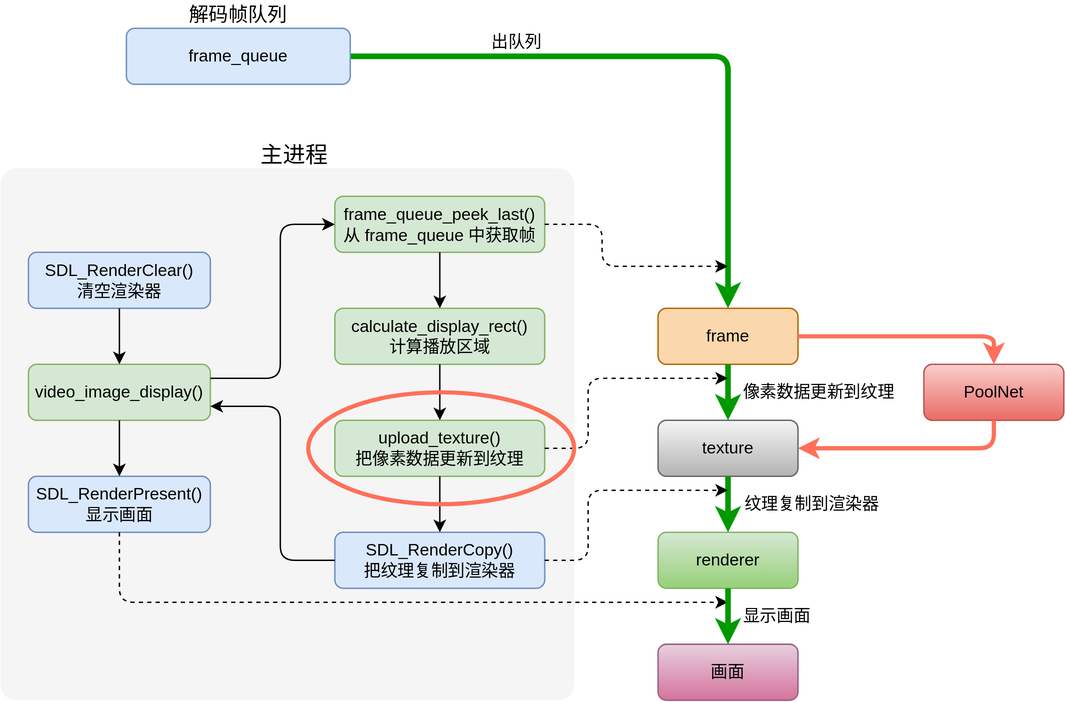
This is figures/ffplay.svg from hanjialeOK/PoolNet-in-FFmpeg, a draw.io export, as it was before one commit. Source tidied: cells renumbered, new cells last; positions are measured from the earlier drawing's top-left corner, leaving out a move shared by most shapes. Its diagram source:
```xml
<mxGraphModel>
  <root>
    <mxCell id="0" />
    <mxCell id="1" parent="0" />
    <mxCell id="2" style="rounded=1;whiteSpace=wrap;html=1;fillColor=#f5f5f5;arcSize=3;fontColor=#333333;strokeColor=none;" parent="1" vertex="1">
      <mxGeometry y="120" width="410" height="380" as="geometry" />
    </mxCell>
    <mxCell id="3" value="SDL_RenderClear()&lt;br&gt;清空渲染器" style="rounded=1;whiteSpace=wrap;html=1;fillColor=#dae8fc;strokeColor=#6c8ebf;" parent="1" vertex="1">
      <mxGeometry x="20" y="180" width="130" height="40" as="geometry" />
    </mxCell>
    <mxCell id="4" value="video_image_display()" style="rounded=1;whiteSpace=wrap;html=1;fillColor=#d5e8d4;strokeColor=#82b366;" parent="1" vertex="1">
      <mxGeometry x="20" y="260" width="130" height="40" as="geometry" />
    </mxCell>
    <mxCell id="5" value="SDL_RenderPresent()&lt;br&gt;显示画面" style="rounded=1;whiteSpace=wrap;html=1;fillColor=#dae8fc;strokeColor=#6c8ebf;" parent="1" vertex="1">
      <mxGeometry x="20" y="340" width="130" height="40" as="geometry" />
    </mxCell>
    <mxCell id="6" value="frame_queue_peek_last()&lt;br&gt;从 frame_queue 中获取帧" style="rounded=1;whiteSpace=wrap;html=1;fillColor=#d5e8d4;strokeColor=#82b366;" parent="1" vertex="1">
      <mxGeometry x="239" y="140" width="150" height="40" as="geometry" />
    </mxCell>
    <mxCell id="7" value="calculate_display_rect()&lt;br&gt;计算播放区域" style="rounded=1;whiteSpace=wrap;html=1;fillColor=#d5e8d4;strokeColor=#82b366;" parent="1" vertex="1">
      <mxGeometry x="239" y="220" width="150" height="40" as="geometry" />
    </mxCell>
    <mxCell id="8" value="upload_texture()&lt;br&gt;把像素数据更新到纹理" style="rounded=1;whiteSpace=wrap;html=1;fillColor=#d5e8d4;strokeColor=#82b366;" parent="1" vertex="1">
      <mxGeometry x="239" y="300" width="150" height="40" as="geometry" />
    </mxCell>
    <mxCell id="9" value="SDL_RenderCopy()&lt;br&gt;把纹理复制到渲染器" style="rounded=1;whiteSpace=wrap;html=1;fillColor=#dae8fc;strokeColor=#6c8ebf;" parent="1" vertex="1">
      <mxGeometry x="239" y="380" width="150" height="40" as="geometry" />
    </mxCell>
    <mxCell id="10" style="endArrow=classic;html=1;exitX=0.5;exitY=1;exitDx=0;exitDy=0;entryX=0.5;entryY=0;entryDx=0;entryDy=0;" parent="1" edge="1" source="3" target="4">
      <mxGeometry relative="1" as="geometry" />
    </mxCell>
    <mxCell id="11" style="endArrow=classic;html=1;exitX=0.5;exitY=1;exitDx=0;exitDy=0;entryX=0.5;entryY=0;entryDx=0;entryDy=0;" parent="1" edge="1" source="4" target="5">
      <mxGeometry relative="1" as="geometry" />
    </mxCell>
    <mxCell id="12" style="endArrow=classic;html=1;exitX=0.5;exitY=1;exitDx=0;exitDy=0;" parent="1" edge="1" source="6">
      <mxGeometry relative="1" as="geometry">
        <mxPoint x="314" y="220" as="targetPoint" />
      </mxGeometry>
    </mxCell>
    <mxCell id="13" style="endArrow=classic;html=1;exitX=0.5;exitY=1;exitDx=0;exitDy=0;entryX=0.5;entryY=0;entryDx=0;entryDy=0;" parent="1" edge="1" source="7" target="8">
      <mxGeometry relative="1" as="geometry" />
    </mxCell>
    <mxCell id="14" style="endArrow=classic;html=1;exitX=0.5;exitY=1;exitDx=0;exitDy=0;entryX=0.5;entryY=0;entryDx=0;entryDy=0;" parent="1" edge="1" source="8" target="9">
      <mxGeometry relative="1" as="geometry" />
    </mxCell>
    <mxCell id="15" style="endArrow=classic;html=1;exitX=1;exitY=0.25;exitDx=0;exitDy=0;entryX=0;entryY=0.5;entryDx=0;entryDy=0;" parent="1" edge="1" source="4" target="6">
      <mxGeometry relative="1" as="geometry">
        <Array as="points">
          <mxPoint x="200" y="270" />
          <mxPoint x="200" y="160" />
        </Array>
      </mxGeometry>
    </mxCell>
    <mxCell id="16" style="endArrow=classic;html=1;entryX=1;entryY=0.75;entryDx=0;entryDy=0;exitX=0;exitY=0.5;exitDx=0;exitDy=0;" parent="1" edge="1" source="9" target="4">
      <mxGeometry relative="1" as="geometry">
        <Array as="points">
          <mxPoint x="200" y="400" />
          <mxPoint x="200" y="290" />
        </Array>
      </mxGeometry>
    </mxCell>
    <mxCell id="17" value="frame" style="rounded=1;whiteSpace=wrap;html=1;fillColor=#fad7ac;strokeColor=#b46504;" parent="1" vertex="1">
      <mxGeometry x="470" y="220" width="100" height="40" as="geometry" />
    </mxCell>
    <mxCell id="18" value="texture" style="rounded=1;whiteSpace=wrap;html=1;fillColor=#f5f5f5;gradientColor=#b3b3b3;strokeColor=#666666;" parent="1" vertex="1">
      <mxGeometry x="470" y="300" width="100" height="40" as="geometry" />
    </mxCell>
    <mxCell id="19" value="renderer" style="rounded=1;whiteSpace=wrap;html=1;fillColor=#d5e8d4;strokeColor=#82b366;gradientColor=#97d077;" parent="1" vertex="1">
      <mxGeometry x="470" y="380" width="100" height="40" as="geometry" />
    </mxCell>
    <mxCell id="20" style="endArrow=classic;html=1;entryX=0.5;entryY=0;entryDx=0;entryDy=0;strokeWidth=4;strokeColor=#009900;exitX=1;exitY=0.5;exitDx=0;exitDy=0;" parent="1" edge="1" source="34" target="17">
      <mxGeometry relative="1" as="geometry">
        <Array as="points">
          <mxPoint x="405" y="40" />
          <mxPoint x="520" y="40" />
        </Array>
      </mxGeometry>
    </mxCell>
    <mxCell id="21" style="endArrow=classic;html=1;exitX=0.5;exitY=1;exitDx=0;exitDy=0;entryX=0.5;entryY=0;entryDx=0;entryDy=0;strokeWidth=4;strokeColor=#009900;" parent="1" edge="1" source="17" target="18">
      <mxGeometry relative="1" as="geometry" />
    </mxCell>
    <mxCell id="22" style="endArrow=classic;html=1;exitX=0.5;exitY=1;exitDx=0;exitDy=0;entryX=0.5;entryY=0;entryDx=0;entryDy=0;strokeWidth=4;strokeColor=#009900;" parent="1" edge="1" source="18" target="19">
      <mxGeometry relative="1" as="geometry" />
    </mxCell>
    <mxCell id="23" style="endArrow=classic;html=1;exitX=1;exitY=0.5;exitDx=0;exitDy=0;shadow=0;sketch=0;dashed=1;" parent="1" edge="1" source="6">
      <mxGeometry relative="1" as="geometry">
        <mxPoint x="520" y="190" as="targetPoint" />
        <Array as="points">
          <mxPoint x="430" y="160" />
          <mxPoint x="430" y="190" />
        </Array>
      </mxGeometry>
    </mxCell>
    <mxCell id="24" style="endArrow=classic;html=1;shadow=0;dashed=1;strokeColor=#000000;exitX=1;exitY=0.5;exitDx=0;exitDy=0;" parent="1" edge="1" source="8">
      <mxGeometry relative="1" as="geometry">
        <mxPoint x="520" y="270" as="targetPoint" />
        <Array as="points">
          <mxPoint x="420" y="320" />
          <mxPoint x="420" y="270" />
        </Array>
      </mxGeometry>
    </mxCell>
    <mxCell id="25" style="endArrow=classic;html=1;shadow=0;dashed=1;strokeColor=#000000;exitX=1;exitY=0.5;exitDx=0;exitDy=0;" parent="1" edge="1" source="9">
      <mxGeometry relative="1" as="geometry">
        <mxPoint x="520" y="350" as="targetPoint" />
        <Array as="points">
          <mxPoint x="420" y="400" />
          <mxPoint x="420" y="350" />
        </Array>
      </mxGeometry>
    </mxCell>
    <mxCell id="26" value="主进程" style="text;html=1;strokeColor=none;fillColor=none;align=center;verticalAlign=middle;whiteSpace=wrap;rounded=0;fontSize=16;" parent="1" vertex="1">
      <mxGeometry x="160" y="100" width="100" height="20" as="geometry" />
    </mxCell>
    <mxCell id="27" value="出队列" style="text;html=1;strokeColor=none;fillColor=none;align=center;verticalAlign=middle;whiteSpace=wrap;rounded=0;" parent="1" vertex="1">
      <mxGeometry x="349" y="20" width="40" height="20" as="geometry" />
    </mxCell>
    <mxCell id="28" value="&lt;span&gt;像素数据更新到纹理&lt;/span&gt;" style="text;html=1;strokeColor=none;fillColor=none;align=center;verticalAlign=middle;whiteSpace=wrap;rounded=0;" parent="1" vertex="1">
      <mxGeometry x="530" y="270" width="110" height="20" as="geometry" />
    </mxCell>
    <mxCell id="29" value="纹理复制到渲染器" style="text;html=1;strokeColor=none;fillColor=none;align=center;verticalAlign=middle;whiteSpace=wrap;rounded=0;" parent="1" vertex="1">
      <mxGeometry x="530" y="350" width="100" height="20" as="geometry" />
    </mxCell>
    <mxCell id="30" value="画面" style="rounded=1;whiteSpace=wrap;html=1;fillColor=#e6d0de;strokeColor=#996185;gradientColor=#d5739d;" parent="1" vertex="1">
      <mxGeometry x="470" y="460" width="100" height="40" as="geometry" />
    </mxCell>
    <mxCell id="31" style="endArrow=classic;html=1;shadow=0;dashed=1;strokeColor=#000000;exitX=0.5;exitY=1;exitDx=0;exitDy=0;" parent="1" edge="1" source="5">
      <mxGeometry relative="1" as="geometry">
        <mxPoint x="520" y="430" as="targetPoint" />
        <Array as="points">
          <mxPoint x="85" y="430" />
        </Array>
      </mxGeometry>
    </mxCell>
    <mxCell id="32" style="endArrow=classic;html=1;shadow=0;exitX=0.5;exitY=1;exitDx=0;exitDy=0;entryX=0.5;entryY=0;entryDx=0;entryDy=0;strokeWidth=4;strokeColor=#009900;" parent="1" edge="1" source="19" target="30">
      <mxGeometry relative="1" as="geometry" />
    </mxCell>
    <mxCell id="33" value="显示画面" style="text;html=1;strokeColor=none;fillColor=none;align=center;verticalAlign=middle;whiteSpace=wrap;rounded=0;" parent="1" vertex="1">
      <mxGeometry x="530" y="430" width="50" height="20" as="geometry" />
    </mxCell>
    <mxCell id="34" value="frame_queue" style="rounded=1;whiteSpace=wrap;html=1;fillColor=#dae8fc;strokeColor=#6c8ebf;" parent="1" vertex="1">
      <mxGeometry x="90" y="20" width="160" height="40" as="geometry" />
    </mxCell>
    <mxCell id="35" value="解码帧队列" style="text;html=1;strokeColor=none;fillColor=none;align=center;verticalAlign=middle;whiteSpace=wrap;rounded=0;fontSize=14;" parent="1" vertex="1">
      <mxGeometry x="130" width="80" height="20" as="geometry" />
    </mxCell>
    <mxCell id="36" style="ellipse;whiteSpace=wrap;html=1;fillColor=none;strokeWidth=3;strokeColor=#FF6F59;" parent="1" vertex="1">
      <mxGeometry x="220" y="280" width="190" height="80" as="geometry" />
    </mxCell>
    <mxCell id="37" value="PoolNet" style="rounded=1;whiteSpace=wrap;html=1;fillColor=#f8cecc;strokeColor=#b85450;gradientColor=#ea6b66;" parent="1" vertex="1">
      <mxGeometry x="660" y="260" width="100" height="40" as="geometry" />
    </mxCell>
    <mxCell id="38" style="endArrow=classic;html=1;exitX=1;exitY=0.5;exitDx=0;exitDy=0;entryX=0.5;entryY=0;entryDx=0;entryDy=0;strokeWidth=3;strokeColor=#FF6F59;" parent="1" edge="1" source="17" target="37">
      <mxGeometry relative="1" as="geometry">
        <Array as="points">
          <mxPoint x="710" y="240" />
        </Array>
      </mxGeometry>
    </mxCell>
    <mxCell id="39" style="endArrow=classic;html=1;strokeColor=#FF6F59;strokeWidth=3;exitX=0.5;exitY=1;exitDx=0;exitDy=0;entryX=1;entryY=0.5;entryDx=0;entryDy=0;" parent="1" edge="1" source="37" target="18">
      <mxGeometry relative="1" as="geometry">
        <Array as="points">
          <mxPoint x="710" y="320" />
        </Array>
      </mxGeometry>
    </mxCell>
  </root>
</mxGraphModel>
```
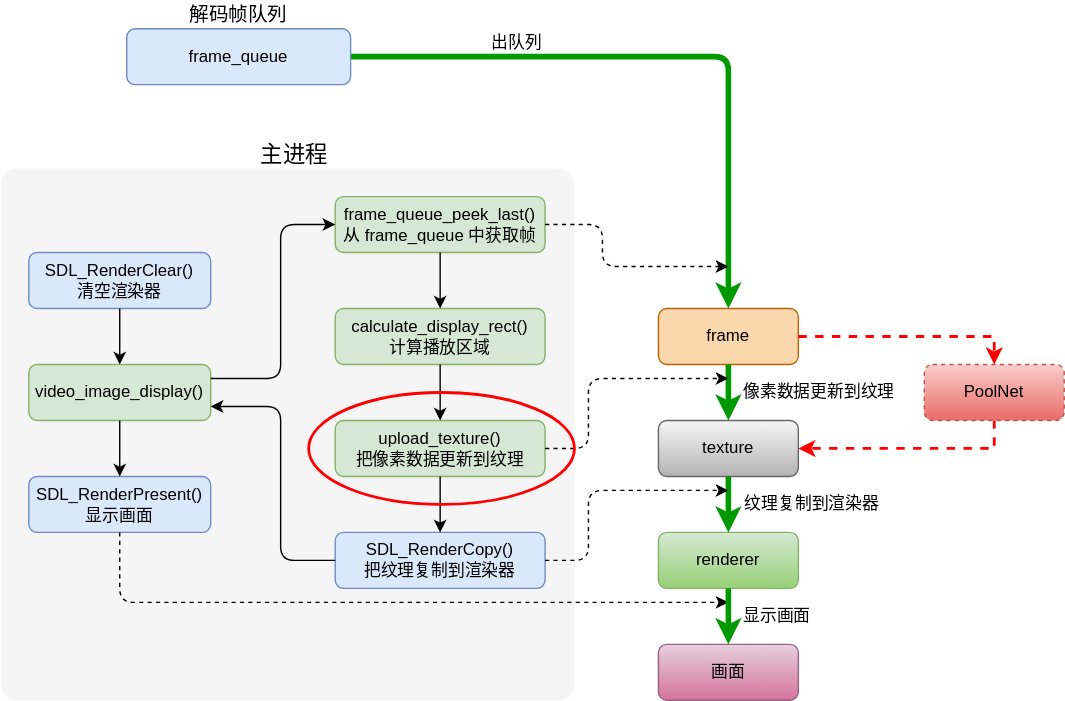
The same file after the commit.

The edit, as a diff of the source:
```diff
@@ -144,20 +144,20 @@
     <mxCell id="35" value="解码帧队列" style="text;html=1;strokeColor=none;fillColor=none;align=center;verticalAlign=middle;whiteSpace=wrap;rounded=0;fontSize=14;" parent="1" vertex="1">
       <mxGeometry x="130" width="80" height="20" as="geometry" />
     </mxCell>
-    <mxCell id="36" style="ellipse;whiteSpace=wrap;html=1;fillColor=none;strokeWidth=3;strokeColor=#FF6F59;" parent="1" vertex="1">
+    <mxCell id="36" style="ellipse;whiteSpace=wrap;html=1;strokeWidth=2;fontColor=#ffffff;fillColor=none;strokeColor=#FF0000;" parent="1" vertex="1">
       <mxGeometry x="220" y="280" width="190" height="80" as="geometry" />
     </mxCell>
-    <mxCell id="37" value="PoolNet" style="rounded=1;whiteSpace=wrap;html=1;fillColor=#f8cecc;strokeColor=#b85450;gradientColor=#ea6b66;" parent="1" vertex="1">
+    <mxCell id="37" value="PoolNet" style="rounded=1;whiteSpace=wrap;html=1;fillColor=#f8cecc;strokeColor=#b85450;gradientColor=#ea6b66;dashed=1;" parent="1" vertex="1">
       <mxGeometry x="660" y="260" width="100" height="40" as="geometry" />
     </mxCell>
-    <mxCell id="38" style="endArrow=classic;html=1;exitX=1;exitY=0.5;exitDx=0;exitDy=0;entryX=0.5;entryY=0;entryDx=0;entryDy=0;strokeWidth=3;strokeColor=#FF6F59;" parent="1" edge="1" source="17" target="37">
+    <mxCell id="38" style="endArrow=classic;html=1;exitX=1;exitY=0.5;exitDx=0;exitDy=0;entryX=0.5;entryY=0;entryDx=0;entryDy=0;strokeWidth=2;fillColor=#e51400;dashed=1;rounded=0;strokeColor=#FF0000;" parent="1" edge="1" source="17" target="37">
       <mxGeometry relative="1" as="geometry">
         <Array as="points">
           <mxPoint x="710" y="240" />
         </Array>
       </mxGeometry>
     </mxCell>
-    <mxCell id="39" style="endArrow=classic;html=1;strokeColor=#FF6F59;strokeWidth=3;exitX=0.5;exitY=1;exitDx=0;exitDy=0;entryX=1;entryY=0.5;entryDx=0;entryDy=0;" parent="1" edge="1" source="37" target="18">
+    <mxCell id="39" style="endArrow=classic;html=1;strokeWidth=2;exitX=0.5;exitY=1;exitDx=0;exitDy=0;entryX=1;entryY=0.5;entryDx=0;entryDy=0;fillColor=#e51400;dashed=1;rounded=0;strokeColor=#FF0000;" parent="1" edge="1" source="37" target="18">
       <mxGeometry relative="1" as="geometry">
         <Array as="points">
           <mxPoint x="710" y="320" />
```
